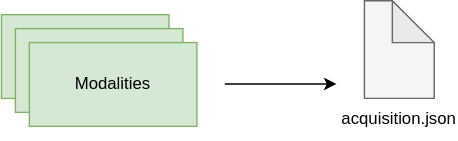
Before: docs/source/diagrams/high_level/multimodal_1a.drawio.svg, a diagram exported from draw.io (AllenNeuralDynamics/aind-software-docs). Source tidied: cells renumbered, new cells last; positions are measured from the earlier drawing's top-left corner, leaving out a move shared by most shapes. Source of this version:
```xml
<mxGraphModel>
  <root>
    <mxCell id="0" />
    <mxCell id="1" parent="0" />
    <mxCell id="2" style="rounded=0;whiteSpace=wrap;html=1;labelBackgroundColor=none;fillColor=#d5e8d4;strokeColor=#82b366;" parent="1" vertex="1">
      <mxGeometry y="10" width="120" height="60" as="geometry" />
    </mxCell>
    <mxCell id="3" style="rounded=0;whiteSpace=wrap;html=1;labelBackgroundColor=none;fillColor=#d5e8d4;strokeColor=#82b366;" parent="1" vertex="1">
      <mxGeometry x="10" y="20" width="120" height="60" as="geometry" />
    </mxCell>
    <mxCell id="4" value="Modalities" style="rounded=0;whiteSpace=wrap;html=1;labelBackgroundColor=none;shadow=0;fillColor=#d5e8d4;strokeColor=#82b366;" parent="1" vertex="1">
      <mxGeometry x="20" y="30" width="120" height="60" as="geometry" />
    </mxCell>
    <mxCell id="5" style="endArrow=classic;html=1;rounded=0;labelBackgroundColor=none;fontColor=default;" parent="1" edge="1">
      <mxGeometry relative="1" as="geometry">
        <mxPoint x="160" y="59.7" as="sourcePoint" />
        <mxPoint x="240" y="59.7" as="targetPoint" />
      </mxGeometry>
    </mxCell>
    <mxCell id="6" style="group;fillColor=default;fillStyle=solid;" parent="1" vertex="1">
      <mxGeometry x="255" width="60" height="100" as="geometry" />
    </mxCell>
    <mxCell id="7" style="shape=note;whiteSpace=wrap;html=1;backgroundOutline=1;darkOpacity=0.05;labelBackgroundColor=none;fillColor=#f5f5f5;strokeColor=#666666;fontColor=#333333;" parent="6" vertex="1">
      <mxGeometry x="5" width="50" height="70" as="geometry" />
    </mxCell>
    <mxCell id="8" value="acquisition.json" style="text;html=1;whiteSpace=wrap;align=center;verticalAlign=middle;rounded=0;labelBackgroundColor=none;" parent="6" vertex="1">
      <mxGeometry y="70" width="60" height="30" as="geometry" />
    </mxCell>
  </root>
</mxGraphModel>
```
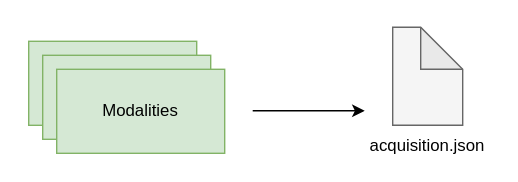
The same file after the commit.

Diff of the diagram source:
```diff
@@ -2,6 +2,9 @@
   <root>
     <mxCell id="0" />
     <mxCell id="1" parent="0" />
+    <mxCell id="9" style="rounded=0;whiteSpace=wrap;html=1;strokeColor=none;" parent="1" vertex="1">
+      <mxGeometry x="-20" y="-19" width="370" height="130" as="geometry" />
+    </mxCell>
     <mxCell id="2" style="rounded=0;whiteSpace=wrap;html=1;labelBackgroundColor=none;fillColor=#d5e8d4;strokeColor=#82b366;" parent="1" vertex="1">
       <mxGeometry y="10" width="120" height="60" as="geometry" />
     </mxCell>
```
